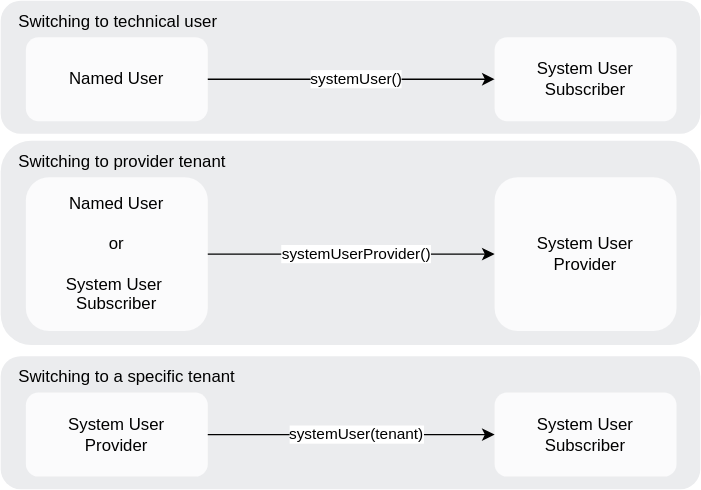
Above: java/event-handlers/assets/requestcontext.drawio.svg in cap-js/docs (draw.io), before the change. Source tidied: cells renumbered, new cells last; positions are measured from the earlier drawing's top-left corner, leaving out a move shared by most shapes. Its diagram source:
```xml
<mxGraphModel>
  <root>
    <mxCell id="0" />
    <mxCell id="1" parent="0" />
    <mxCell id="2" style="rounded=1;whiteSpace=wrap;html=1;fillColor=#EBECEE;strokeColor=none;" parent="1" vertex="1">
      <mxGeometry y="100" width="500" height="146" as="geometry" />
    </mxCell>
    <mxCell id="3" style="rounded=1;whiteSpace=wrap;html=1;fillColor=#EBECEE;strokeColor=none;" parent="1" vertex="1">
      <mxGeometry y="254" width="500" height="95" as="geometry" />
    </mxCell>
    <mxCell id="4" style="rounded=1;whiteSpace=wrap;html=1;fillColor=#EBECEE;strokeColor=none;" parent="1" vertex="1">
      <mxGeometry width="500" height="95" as="geometry" />
    </mxCell>
    <mxCell id="5" value="Named User" style="rounded=1;whiteSpace=wrap;html=1;fillColor=#FBFBFC;strokeColor=none;" parent="1" vertex="1">
      <mxGeometry x="18" y="26" width="130" height="60" as="geometry" />
    </mxCell>
    <mxCell id="6" value="Named User&lt;br&gt;&lt;br&gt;or&lt;br&gt;&lt;br&gt;System User&amp;nbsp; Subscriber" style="rounded=1;whiteSpace=wrap;html=1;fillColor=#FBFBFC;strokeColor=none;" parent="1" vertex="1">
      <mxGeometry x="18" y="126" width="130" height="110" as="geometry" />
    </mxCell>
    <mxCell id="7" value="System User&lt;br&gt;Subscriber" style="rounded=1;whiteSpace=wrap;html=1;fillColor=#FBFBFC;strokeColor=none;" parent="1" vertex="1">
      <mxGeometry x="353" y="26" width="130" height="60" as="geometry" />
    </mxCell>
    <mxCell id="8" value="System User&lt;br&gt;Provider" style="rounded=1;whiteSpace=wrap;html=1;fillColor=#FBFBFC;strokeColor=none;" parent="1" vertex="1">
      <mxGeometry x="353" y="126" width="130" height="110" as="geometry" />
    </mxCell>
    <mxCell id="9" value="System User&lt;br&gt;Provider" style="rounded=1;whiteSpace=wrap;html=1;fillColor=#FBFBFC;strokeColor=none;" parent="1" vertex="1">
      <mxGeometry x="18" y="280" width="130" height="60" as="geometry" />
    </mxCell>
    <mxCell id="10" value="System User&lt;br&gt;Subscriber" style="rounded=1;whiteSpace=wrap;html=1;fillColor=#FBFBFC;strokeColor=none;" parent="1" vertex="1">
      <mxGeometry x="353" y="280" width="130" height="60" as="geometry" />
    </mxCell>
    <mxCell id="11" value="Switching to technical user" style="text;html=1;strokeColor=none;fillColor=none;align=left;verticalAlign=middle;whiteSpace=wrap;rounded=0;" parent="1" vertex="1">
      <mxGeometry x="11" width="228" height="30" as="geometry" />
    </mxCell>
    <mxCell id="12" value="Switching to provider tenant" style="text;html=1;strokeColor=none;fillColor=none;align=left;verticalAlign=middle;whiteSpace=wrap;rounded=0;" parent="1" vertex="1">
      <mxGeometry x="11" y="100" width="228" height="30" as="geometry" />
    </mxCell>
    <mxCell id="13" value="Switching to a specific tenant" style="text;html=1;strokeColor=none;fillColor=none;align=left;verticalAlign=middle;whiteSpace=wrap;rounded=0;" parent="1" vertex="1">
      <mxGeometry x="11" y="254" width="228" height="30" as="geometry" />
    </mxCell>
    <mxCell id="14" value="systemUserProvider()" style="endArrow=classic;html=1;rounded=0;entryX=0;entryY=0.5;entryDx=0;entryDy=0;exitX=1;exitY=0.5;exitDx=0;exitDy=0;" parent="1" edge="1" source="6" target="8">
      <mxGeometry x="0.03" relative="1" as="geometry" />
    </mxCell>
    <mxCell id="15" value="systemUser()" style="endArrow=classic;html=1;rounded=0;exitX=1;exitY=0.5;exitDx=0;exitDy=0;entryX=0;entryY=0.5;entryDx=0;entryDy=0;" parent="1" edge="1" source="5" target="7">
      <mxGeometry x="0.03" relative="1" as="geometry" />
    </mxCell>
    <mxCell id="16" value="systemUser(tenant)" style="endArrow=classic;html=1;rounded=0;entryX=0;entryY=0.5;entryDx=0;entryDy=0;exitX=1;exitY=0.5;exitDx=0;exitDy=0;labelBackgroundColor=default;" parent="1" edge="1" source="9" target="10">
      <mxGeometry x="0.03" relative="1" as="geometry" />
    </mxCell>
  </root>
</mxGraphModel>
```
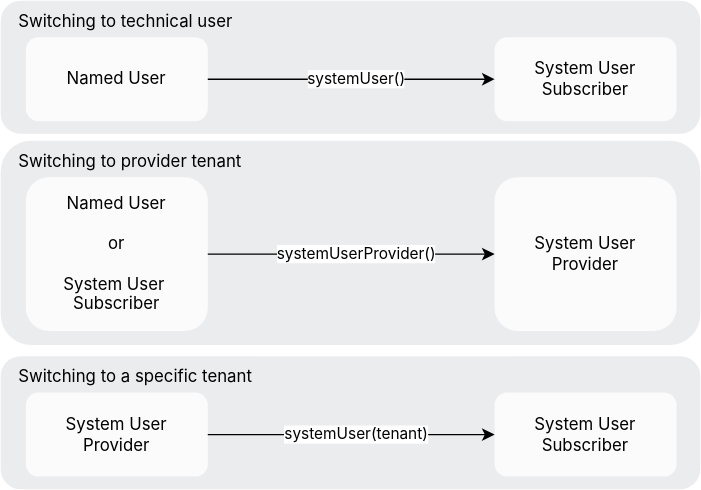
Above is the later version.

Diff of the diagram source:
```diff
@@ -2,49 +2,49 @@
   <root>
     <mxCell id="0" />
     <mxCell id="1" parent="0" />
-    <mxCell id="2" style="rounded=1;whiteSpace=wrap;html=1;fillColor=#EBECEE;strokeColor=none;" parent="1" vertex="1">
+    <mxCell id="2" style="rounded=1;whiteSpace=wrap;html=1;fillColor=#EBECEE;strokeColor=none;fontFamily='Avenir Next', 'Inter var', 'Inter', Helvetica, Arial, sans-serif;" parent="1" vertex="1">
       <mxGeometry y="100" width="500" height="146" as="geometry" />
     </mxCell>
-    <mxCell id="3" style="rounded=1;whiteSpace=wrap;html=1;fillColor=#EBECEE;strokeColor=none;" parent="1" vertex="1">
+    <mxCell id="3" style="rounded=1;whiteSpace=wrap;html=1;fillColor=#EBECEE;strokeColor=none;fontFamily='Avenir Next', 'Inter var', 'Inter', Helvetica, Arial, sans-serif;" parent="1" vertex="1">
       <mxGeometry y="254" width="500" height="95" as="geometry" />
     </mxCell>
-    <mxCell id="4" style="rounded=1;whiteSpace=wrap;html=1;fillColor=#EBECEE;strokeColor=none;" parent="1" vertex="1">
+    <mxCell id="4" style="rounded=1;whiteSpace=wrap;html=1;fillColor=#EBECEE;strokeColor=none;fontFamily='Avenir Next', 'Inter var', 'Inter', Helvetica, Arial, sans-serif;" parent="1" vertex="1">
       <mxGeometry width="500" height="95" as="geometry" />
     </mxCell>
-    <mxCell id="5" value="Named User" style="rounded=1;whiteSpace=wrap;html=1;fillColor=#FBFBFC;strokeColor=none;" parent="1" vertex="1">
+    <mxCell id="5" value="Named User" style="rounded=1;whiteSpace=wrap;html=1;fillColor=#FBFBFC;strokeColor=none;fontFamily='Avenir Next', 'Inter var', 'Inter', Helvetica, Arial, sans-serif;" parent="1" vertex="1">
       <mxGeometry x="18" y="26" width="130" height="60" as="geometry" />
     </mxCell>
-    <mxCell id="6" value="Named User&lt;br&gt;&lt;br&gt;or&lt;br&gt;&lt;br&gt;System User&amp;nbsp; Subscriber" style="rounded=1;whiteSpace=wrap;html=1;fillColor=#FBFBFC;strokeColor=none;" parent="1" vertex="1">
+    <mxCell id="6" value="Named User&lt;br&gt;&lt;br&gt;or&lt;br&gt;&lt;br&gt;System User&amp;nbsp; Subscriber" style="rounded=1;whiteSpace=wrap;html=1;fillColor=#FBFBFC;strokeColor=none;fontFamily='Avenir Next', 'Inter var', 'Inter', Helvetica, Arial, sans-serif;" parent="1" vertex="1">
       <mxGeometry x="18" y="126" width="130" height="110" as="geometry" />
     </mxCell>
-    <mxCell id="7" value="System User&lt;br&gt;Subscriber" style="rounded=1;whiteSpace=wrap;html=1;fillColor=#FBFBFC;strokeColor=none;" parent="1" vertex="1">
+    <mxCell id="7" value="System User&lt;br&gt;Subscriber" style="rounded=1;whiteSpace=wrap;html=1;fillColor=#FBFBFC;strokeColor=none;fontFamily='Avenir Next', 'Inter var', 'Inter', Helvetica, Arial, sans-serif;" parent="1" vertex="1">
       <mxGeometry x="353" y="26" width="130" height="60" as="geometry" />
     </mxCell>
-    <mxCell id="8" value="System User&lt;br&gt;Provider" style="rounded=1;whiteSpace=wrap;html=1;fillColor=#FBFBFC;strokeColor=none;" parent="1" vertex="1">
+    <mxCell id="8" value="System User&lt;br&gt;Provider" style="rounded=1;whiteSpace=wrap;html=1;fillColor=#FBFBFC;strokeColor=none;fontFamily='Avenir Next', 'Inter var', 'Inter', Helvetica, Arial, sans-serif;" parent="1" vertex="1">
       <mxGeometry x="353" y="126" width="130" height="110" as="geometry" />
     </mxCell>
-    <mxCell id="9" value="System User&lt;br&gt;Provider" style="rounded=1;whiteSpace=wrap;html=1;fillColor=#FBFBFC;strokeColor=none;" parent="1" vertex="1">
+    <mxCell id="9" value="System User&lt;br&gt;Provider" style="rounded=1;whiteSpace=wrap;html=1;fillColor=#FBFBFC;strokeColor=none;fontFamily='Avenir Next', 'Inter var', 'Inter', Helvetica, Arial, sans-serif;" parent="1" vertex="1">
       <mxGeometry x="18" y="280" width="130" height="60" as="geometry" />
     </mxCell>
-    <mxCell id="10" value="System User&lt;br&gt;Subscriber" style="rounded=1;whiteSpace=wrap;html=1;fillColor=#FBFBFC;strokeColor=none;" parent="1" vertex="1">
+    <mxCell id="10" value="System User&lt;br&gt;Subscriber" style="rounded=1;whiteSpace=wrap;html=1;fillColor=#FBFBFC;strokeColor=none;fontFamily='Avenir Next', 'Inter var', 'Inter', Helvetica, Arial, sans-serif;" parent="1" vertex="1">
       <mxGeometry x="353" y="280" width="130" height="60" as="geometry" />
     </mxCell>
-    <mxCell id="11" value="Switching to technical user" style="text;html=1;strokeColor=none;fillColor=none;align=left;verticalAlign=middle;whiteSpace=wrap;rounded=0;" parent="1" vertex="1">
+    <mxCell id="11" value="Switching to technical user" style="text;html=1;strokeColor=none;fillColor=none;align=left;verticalAlign=middle;whiteSpace=wrap;rounded=0;fontFamily='Avenir Next', 'Inter var', 'Inter', Helvetica, Arial, sans-serif;" parent="1" vertex="1">
       <mxGeometry x="11" width="228" height="30" as="geometry" />
     </mxCell>
-    <mxCell id="12" value="Switching to provider tenant" style="text;html=1;strokeColor=none;fillColor=none;align=left;verticalAlign=middle;whiteSpace=wrap;rounded=0;" parent="1" vertex="1">
+    <mxCell id="12" value="Switching to provider tenant" style="text;html=1;strokeColor=none;fillColor=none;align=left;verticalAlign=middle;whiteSpace=wrap;rounded=0;fontFamily='Avenir Next', 'Inter var', 'Inter', Helvetica, Arial, sans-serif;" parent="1" vertex="1">
       <mxGeometry x="11" y="100" width="228" height="30" as="geometry" />
     </mxCell>
-    <mxCell id="13" value="Switching to a specific tenant" style="text;html=1;strokeColor=none;fillColor=none;align=left;verticalAlign=middle;whiteSpace=wrap;rounded=0;" parent="1" vertex="1">
+    <mxCell id="13" value="Switching to a specific tenant" style="text;html=1;strokeColor=none;fillColor=none;align=left;verticalAlign=middle;whiteSpace=wrap;rounded=0;fontFamily='Avenir Next', 'Inter var', 'Inter', Helvetica, Arial, sans-serif;" parent="1" vertex="1">
       <mxGeometry x="11" y="254" width="228" height="30" as="geometry" />
     </mxCell>
-    <mxCell id="14" value="systemUserProvider()" style="endArrow=classic;html=1;rounded=0;entryX=0;entryY=0.5;entryDx=0;entryDy=0;exitX=1;exitY=0.5;exitDx=0;exitDy=0;" parent="1" edge="1" source="6" target="8">
+    <mxCell id="14" value="systemUserProvider()" style="endArrow=classic;html=1;rounded=0;entryX=0;entryY=0.5;entryDx=0;entryDy=0;exitX=1;exitY=0.5;exitDx=0;exitDy=0;fontFamily='Avenir Next', 'Inter var', 'Inter', Helvetica, Arial, sans-serif;" parent="1" edge="1" source="6" target="8">
       <mxGeometry x="0.03" relative="1" as="geometry" />
     </mxCell>
-    <mxCell id="15" value="systemUser()" style="endArrow=classic;html=1;rounded=0;exitX=1;exitY=0.5;exitDx=0;exitDy=0;entryX=0;entryY=0.5;entryDx=0;entryDy=0;" parent="1" edge="1" source="5" target="7">
+    <mxCell id="15" value="systemUser()" style="endArrow=classic;html=1;rounded=0;exitX=1;exitY=0.5;exitDx=0;exitDy=0;entryX=0;entryY=0.5;entryDx=0;entryDy=0;fontFamily='Avenir Next', 'Inter var', 'Inter', Helvetica, Arial, sans-serif;" parent="1" edge="1" source="5" target="7">
       <mxGeometry x="0.03" relative="1" as="geometry" />
     </mxCell>
-    <mxCell id="16" value="systemUser(tenant)" style="endArrow=classic;html=1;rounded=0;entryX=0;entryY=0.5;entryDx=0;entryDy=0;exitX=1;exitY=0.5;exitDx=0;exitDy=0;labelBackgroundColor=default;" parent="1" edge="1" source="9" target="10">
+    <mxCell id="16" value="systemUser(tenant)" style="endArrow=classic;html=1;rounded=0;entryX=0;entryY=0.5;entryDx=0;entryDy=0;exitX=1;exitY=0.5;exitDx=0;exitDy=0;labelBackgroundColor=default;fontFamily='Avenir Next', 'Inter var', 'Inter', Helvetica, Arial, sans-serif;" parent="1" edge="1" source="9" target="10">
       <mxGeometry x="0.03" relative="1" as="geometry" />
     </mxCell>
   </root>
```
